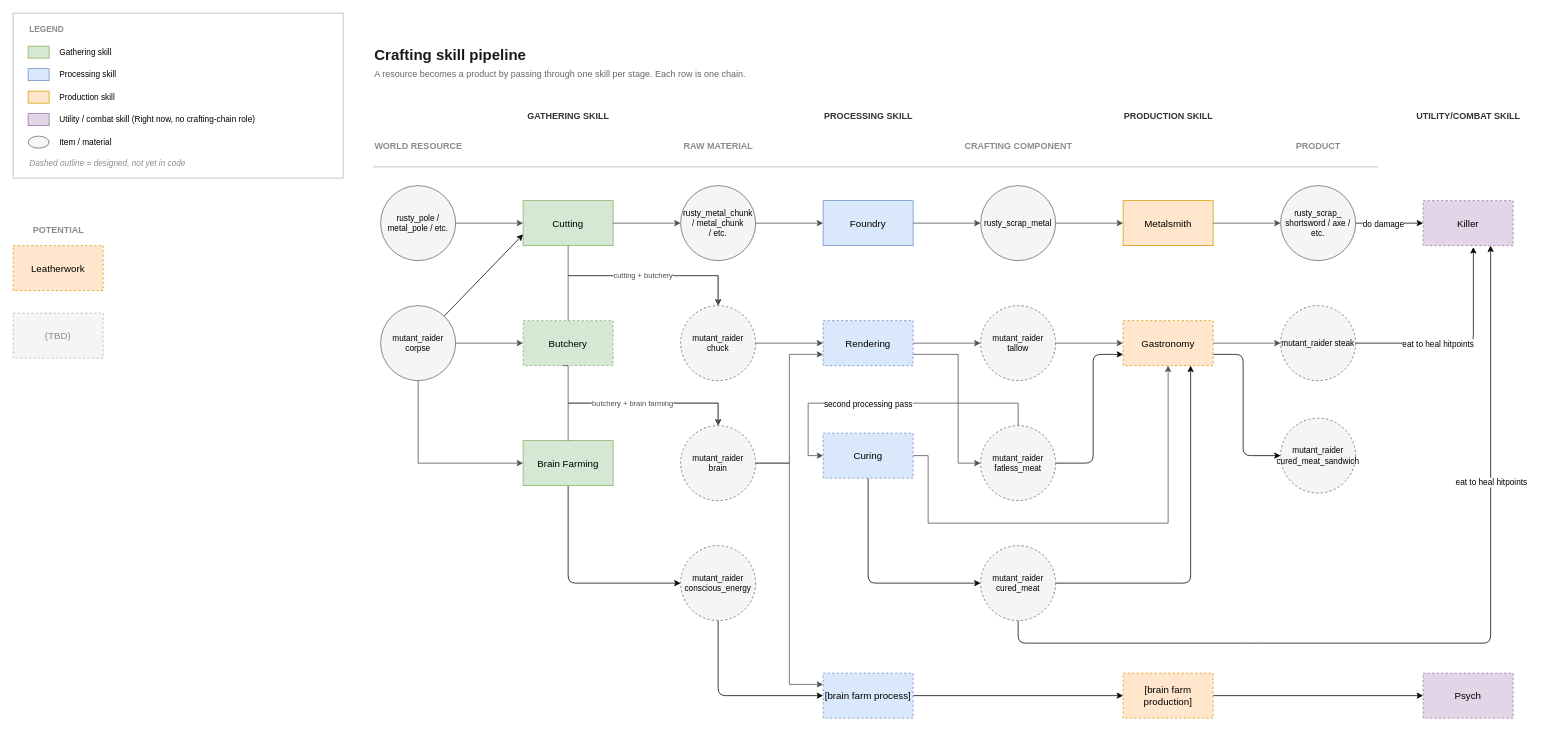
The draw.io diagram TBD_skill_tree_map.drawio in DoctorDystopia/muddev, before the edit. Source tidied: cells renumbered, new cells numbered last; positions are measured from the earlier drawing's top-left corner, leaving out a move shared by most shapes. Both pictures are drawn from the tidied source at 75%, with x=0, y=0 at pixel (13, 13).
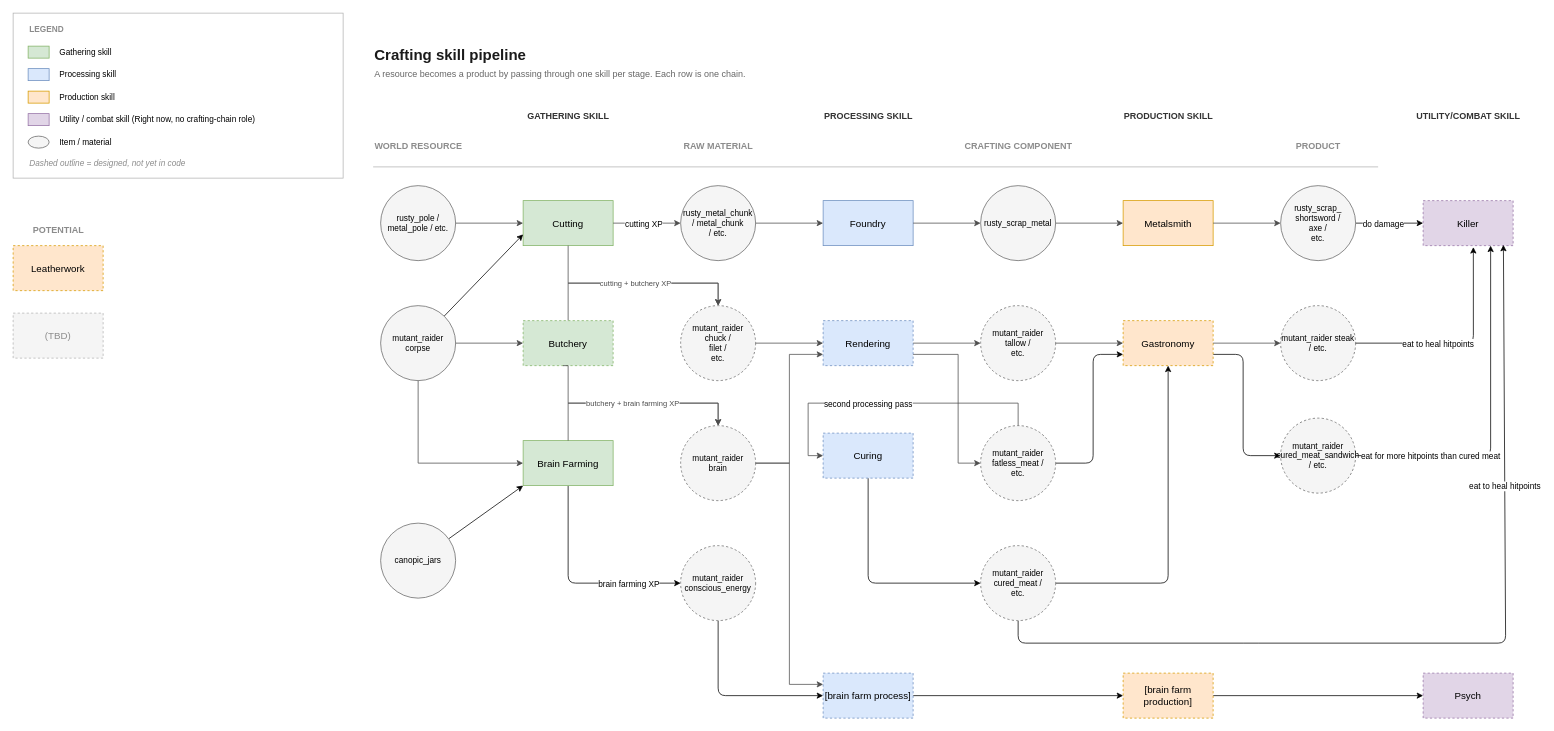
The same diagram, later.

The change refers to these unchanged cells:
```xml
<mxCell id="14" value="Cutting" style="rounded=0;whiteSpace=wrap;html=1;fillColor=#D5E8D4;strokeColor=#82B366;fontSize=13;" parent="1" vertex="1">
  <mxGeometry x="680" y="250" width="120" height="60" as="geometry" />
</mxCell>
<mxCell id="24" value="Butchery" style="rounded=0;whiteSpace=wrap;html=1;fillColor=#D5E8D4;strokeColor=#82B366;fontSize=13;dashed=1;" parent="1" vertex="1">
  <mxGeometry x="680" y="410" width="120" height="60" as="geometry" />
</mxCell>
<mxCell id="29" value="Gastronomy" style="rounded=0;whiteSpace=wrap;html=1;fillColor=#FFE6CC;strokeColor=#D79B00;fontSize=13;dashed=1;" parent="1" vertex="1">
  <mxGeometry x="1480" y="410" width="120" height="60" as="geometry" />
</mxCell>
<mxCell id="31" style="edgeStyle=none;html=1;entryX=0;entryY=0.5;entryDx=0;entryDy=0;exitX=0.5;exitY=1;exitDx=0;exitDy=0;" parent="1" edge="1" source="32" target="78">
  <mxGeometry relative="1" as="geometry">
    <Array as="points">
      <mxPoint x="740" y="760" />
    </Array>
  </mxGeometry>
</mxCell>
<mxCell id="32" value="Brain Farming" style="rounded=0;whiteSpace=wrap;html=1;fillColor=#D5E8D4;strokeColor=#82B366;fontSize=13;" parent="1" vertex="1">
  <mxGeometry x="680" y="570" width="120" height="60" as="geometry" />
</mxCell>
<mxCell id="33" value="mutant_raider&lt;div&gt;brain&lt;/div&gt;" style="ellipse;whiteSpace=wrap;html=1;fillColor=#F5F5F5;strokeColor=#666666;fontSize=11;dashed=1;" parent="1" vertex="1">
  <mxGeometry x="890" y="550" width="100" height="100" as="geometry" />
</mxCell>
<mxCell id="37" value="Curing" style="rounded=0;whiteSpace=wrap;html=1;fillColor=#DAE8FC;strokeColor=#6C8EBF;fontSize=13;dashed=1;" parent="1" vertex="1">
  <mxGeometry x="1080" y="560" width="120" height="60" as="geometry" />
</mxCell>
<mxCell id="39" style="edgeStyle=orthogonalEdgeStyle;rounded=0;html=1;strokeColor=#4D4D4D;exitX=1;exitY=0.5;exitDx=0;exitDy=0;entryX=0;entryY=0.5;entryDx=0;entryDy=0;" parent="1" edge="1" source="14" target="15">
  <mxGeometry relative="1" as="geometry" />
</mxCell>
<mxCell id="72" value="Killer" style="rounded=0;whiteSpace=wrap;html=1;fillColor=#e1d5e7;strokeColor=#9673a6;fontSize=13;dashed=1;" parent="1" vertex="1">
  <mxGeometry x="1880" y="250" width="120" height="60" as="geometry" />
</mxCell>
```

Change to the diagram source:
```diff
@@
     <mxCell id="2" style="edgeStyle=orthogonalEdgeStyle;rounded=0;html=1;strokeColor=#4D4D4D;exitX=0.5;exitY=0;exitDx=0;exitDy=0;fontSize=10;fontColor=#4D4D4D;labelBackgroundColor=#FFFFFF;" parent="1" edge="1" source="24">
       <mxGeometry relative="1" as="geometry">
         <mxPoint x="940" y="390" as="targetPoint" />
         <Array as="points">
-          <mxPoint x="740" y="350" />
-          <mxPoint x="940" y="350" />
+          <mxPoint x="740" y="360" />
+          <mxPoint x="940" y="360" />
         </Array>
       </mxGeometry>
     </mxCell>
@@
-    <mxCell id="21" value="rusty_scrap_ shortsword / axe / etc." style="ellipse;whiteSpace=wrap;html=1;fillColor=#F5F5F5;strokeColor=#666666;fontSize=11;" parent="1" vertex="1">
+    <mxCell id="21" value="rusty_scrap_ shortsword /&lt;div&gt;axe /&lt;/div&gt;&lt;div&gt;etc.&lt;/div&gt;" style="ellipse;whiteSpace=wrap;html=1;fillColor=#F5F5F5;strokeColor=#666666;fontSize=11;" parent="1" vertex="1">
       <mxGeometry x="1690" y="230" width="100" height="100" as="geometry" />
     </mxCell>
@@
-    <mxCell id="25" value="mutant_raider chuck" style="ellipse;whiteSpace=wrap;html=1;fillColor=#F5F5F5;strokeColor=#666666;fontSize=11;dashed=1;" parent="1" vertex="1">
+    <mxCell id="25" value="mutant_raider chuck /&lt;div&gt;filet /&lt;/div&gt;&lt;div&gt;etc.&lt;/div&gt;" style="ellipse;whiteSpace=wrap;html=1;fillColor=#F5F5F5;strokeColor=#666666;fontSize=11;dashed=1;" parent="1" vertex="1">
       <mxGeometry x="890" y="390" width="100" height="100" as="geometry" />
     </mxCell>
@@
-    <mxCell id="27" value="mutant_raider tallow" style="ellipse;whiteSpace=wrap;html=1;fillColor=#F5F5F5;strokeColor=#666666;fontSize=11;dashed=1;" parent="1" vertex="1">
+    <mxCell id="27" value="mutant_raider tallow /&lt;div&gt;etc.&lt;/div&gt;" style="ellipse;whiteSpace=wrap;html=1;fillColor=#F5F5F5;strokeColor=#666666;fontSize=11;dashed=1;" parent="1" vertex="1">
       <mxGeometry x="1290" y="390" width="100" height="100" as="geometry" />
     </mxCell>
@@
-    <mxCell id="30" value="mutant_raider steak" style="ellipse;whiteSpace=wrap;html=1;fillColor=#F5F5F5;strokeColor=#666666;fontSize=11;dashed=1;" parent="1" vertex="1">
+    <mxCell id="30" value="mutant_raider steak / etc." style="ellipse;whiteSpace=wrap;html=1;fillColor=#F5F5F5;strokeColor=#666666;fontSize=11;dashed=1;" parent="1" vertex="1">
       <mxGeometry x="1690" y="390" width="100" height="100" as="geometry" />
     </mxCell>
@@
+    <mxCell id="91" value="brain farming XP" style="edgeLabel;html=1;align=center;verticalAlign=middle;" parent="31" vertex="1">
+      <mxGeometry x="0.16" y="-1" relative="1" as="geometry">
+        <mxPoint x="48" y="-1" as="offset" />
+      </mxGeometry>
+    </mxCell>
@@
-    <mxCell id="35" value="mutant_raider fatless_meat" style="ellipse;whiteSpace=wrap;html=1;fillColor=#F5F5F5;strokeColor=#666666;fontSize=11;dashed=1;" parent="1" vertex="1">
+    <mxCell id="35" value="mutant_raider fatless_meat /&lt;div&gt;etc.&lt;/div&gt;" style="ellipse;whiteSpace=wrap;html=1;fillColor=#F5F5F5;strokeColor=#666666;fontSize=11;dashed=1;" parent="1" vertex="1">
       <mxGeometry x="1290" y="550" width="100" height="100" as="geometry" />
     </mxCell>
@@
+    <mxCell id="92" value="cutting XP" style="edgeLabel;html=1;align=center;verticalAlign=middle;" parent="39" vertex="1">
+      <mxGeometry x="-0.42" y="1" relative="1" as="geometry">
+        <mxPoint x="14" y="1" as="offset" />
+      </mxGeometry>
+    </mxCell>
@@
-    <mxCell id="49" value="cutting + butchery" style="edgeStyle=orthogonalEdgeStyle;rounded=0;html=1;strokeColor=#4D4D4D;exitX=0.5;exitY=1;exitDx=0;exitDy=0;entryX=0.5;entryY=0;entryDx=0;entryDy=0;fontSize=10;fontColor=#4D4D4D;labelBackgroundColor=#FFFFFF;" parent="1" edge="1" source="14" target="25">
-      <mxGeometry relative="1" as="geometry" />
+    <mxCell id="49" value="cutting + butchery XP" style="edgeStyle=orthogonalEdgeStyle;rounded=0;html=1;strokeColor=#4D4D4D;exitX=0.5;exitY=1;exitDx=0;exitDy=0;entryX=0.5;entryY=0;entryDx=0;entryDy=0;fontSize=10;fontColor=#4D4D4D;labelBackgroundColor=#FFFFFF;" parent="1" edge="1" source="14" target="25">
+      <mxGeometry relative="1" as="geometry">
+        <Array as="points">
+          <mxPoint x="740" y="360" />
+          <mxPoint x="940" y="360" />
+        </Array>
+      </mxGeometry>
     </mxCell>
@@
-    <mxCell id="55" style="edgeStyle=orthogonalEdgeStyle;rounded=0;html=1;strokeColor=#4D4D4D;exitX=1;exitY=0.5;exitDx=0;exitDy=0;entryX=0.5;entryY=1;entryDx=0;entryDy=0;" parent="1" edge="1" source="37" target="29">
-      <mxGeometry relative="1" as="geometry">
-        <Array as="points">
-          <mxPoint x="1220" y="590" />
-          <mxPoint x="1220" y="680" />
-          <mxPoint x="1540" y="680" />
-        </Array>
-      </mxGeometry>
-    </mxCell>
@@
-    <mxCell id="80" value="butchery + brain farming" style="edgeStyle=orthogonalEdgeStyle;rounded=0;html=1;strokeColor=#4D4D4D;exitX=0.442;exitY=1;exitDx=0;exitDy=0;entryX=0.5;entryY=0;entryDx=0;entryDy=0;fontSize=10;fontColor=#4D4D4D;labelBackgroundColor=#FFFFFF;exitPerimeter=0;" parent="1" edge="1" source="24" target="33">
+    <mxCell id="80" value="butchery + brain farming XP" style="edgeStyle=orthogonalEdgeStyle;rounded=0;html=1;strokeColor=#4D4D4D;exitX=0.442;exitY=1;exitDx=0;exitDy=0;entryX=0.5;entryY=0;entryDx=0;entryDy=0;fontSize=10;fontColor=#4D4D4D;labelBackgroundColor=#FFFFFF;exitPerimeter=0;" parent="1" edge="1" source="24" target="33">
       <mxGeometry relative="1" as="geometry">
         <Array as="points">
           <mxPoint x="740" y="470" />
           <mxPoint x="740" y="520" />
           <mxPoint x="940" y="520" />
         </Array>
       </mxGeometry>
     </mxCell>
@@
-    <mxCell id="83" style="edgeStyle=none;html=1;entryX=0.75;entryY=1;entryDx=0;entryDy=0;" parent="1" edge="1" source="86" target="29">
+    <mxCell id="83" style="edgeStyle=none;html=1;entryX=0.5;entryY=1;entryDx=0;entryDy=0;" parent="1" edge="1" source="86" target="29">
       <mxGeometry relative="1" as="geometry">
         <Array as="points">
-          <mxPoint x="1570" y="760" />
+          <mxPoint x="1540" y="760" />
         </Array>
       </mxGeometry>
     </mxCell>
-    <mxCell id="84" style="edgeStyle=none;html=1;entryX=0.75;entryY=1;entryDx=0;entryDy=0;exitX=0.5;exitY=1;exitDx=0;exitDy=0;" parent="1" edge="1" source="86" target="72">
+    <mxCell id="84" style="edgeStyle=none;html=1;entryX=0.892;entryY=0.983;entryDx=0;entryDy=0;exitX=0.5;exitY=1;exitDx=0;exitDy=0;entryPerimeter=0;" parent="1" edge="1" source="86" target="72">
       <mxGeometry relative="1" as="geometry">
         <Array as="points">
           <mxPoint x="1340" y="840" />
           <mxPoint x="1650" y="840" />
-          <mxPoint x="1970" y="840" />
+          <mxPoint x="1990" y="840" />
         </Array>
       </mxGeometry>
     </mxCell>
@@
-    <mxCell id="86" value="mutant_raider cured_meat" style="ellipse;whiteSpace=wrap;html=1;fillColor=#F5F5F5;strokeColor=#666666;fontSize=11;dashed=1;" parent="1" vertex="1">
+    <mxCell id="86" value="mutant_raider cured_meat /&lt;div&gt;etc.&lt;/div&gt;" style="ellipse;whiteSpace=wrap;html=1;fillColor=#F5F5F5;strokeColor=#666666;fontSize=11;dashed=1;" parent="1" vertex="1">
       <mxGeometry x="1290" y="710" width="100" height="100" as="geometry" />
     </mxCell>
+    <mxCell id="93" style="edgeStyle=none;html=1;entryX=0.75;entryY=1;entryDx=0;entryDy=0;" parent="1" edge="1" source="87" target="72">
+      <mxGeometry relative="1" as="geometry">
+        <Array as="points">
+          <mxPoint x="1970" y="590" />
+        </Array>
+      </mxGeometry>
+    </mxCell>
+    <mxCell id="94" value="eat for more hitpoints than cured meat" style="edgeLabel;html=1;align=center;verticalAlign=middle;" parent="93" vertex="1">
+      <mxGeometry x="-0.72" y="-4" relative="1" as="geometry">
+        <mxPoint x="35" y="-4" as="offset" />
+      </mxGeometry>
+    </mxCell>
-    <mxCell id="87" value="mutant_raider&lt;div&gt;cured_meat_sandwich&lt;/div&gt;" style="ellipse;whiteSpace=wrap;html=1;fillColor=#F5F5F5;strokeColor=#666666;fontSize=11;dashed=1;" parent="1" vertex="1">
+    <mxCell id="87" value="mutant_raider&lt;div&gt;cured_meat_sandwich / etc.&lt;/div&gt;" style="ellipse;whiteSpace=wrap;html=1;fillColor=#F5F5F5;strokeColor=#666666;fontSize=11;dashed=1;" parent="1" vertex="1">
       <mxGeometry x="1690" y="540" width="100" height="100" as="geometry" />
     </mxCell>
@@
+    <mxCell id="95" style="edgeStyle=none;html=1;entryX=0;entryY=1;entryDx=0;entryDy=0;" parent="1" edge="1" source="96" target="32">
+      <mxGeometry relative="1" as="geometry" />
+    </mxCell>
+    <mxCell id="96" value="canopic_jars" style="ellipse;whiteSpace=wrap;html=1;fillColor=#F5F5F5;strokeColor=#666666;fontSize=11;" parent="1" vertex="1">
+      <mxGeometry x="490" y="680" width="100" height="100" as="geometry" />
+    </mxCell>
```
